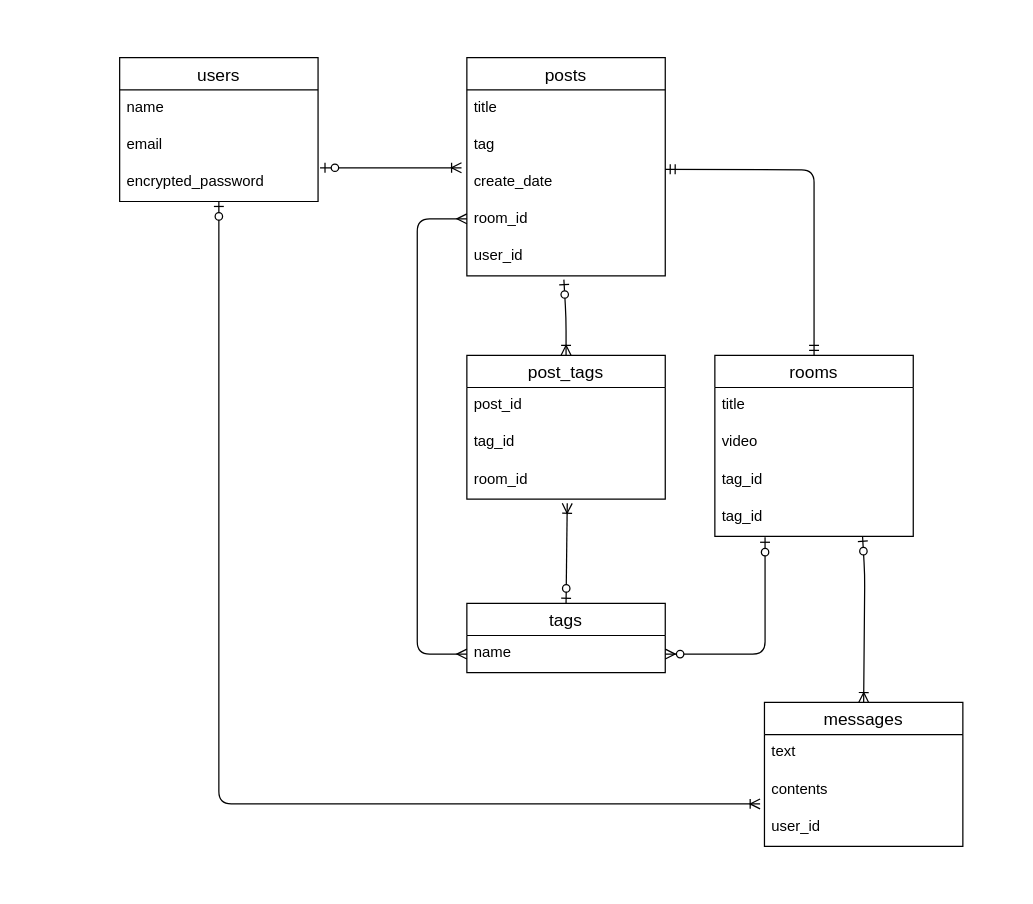
This is db.dio from hagihara-eisuke02/CommuT-35544, a draw.io file, before an edit. Source tidied: cells renumbered, new cells numbered last; positions are measured from the earlier drawing's top-left corner, leaving out a move shared by most shapes. Both pictures are drawn from the tidied source at 124%, with x=0, y=0 at pixel (119, 57).
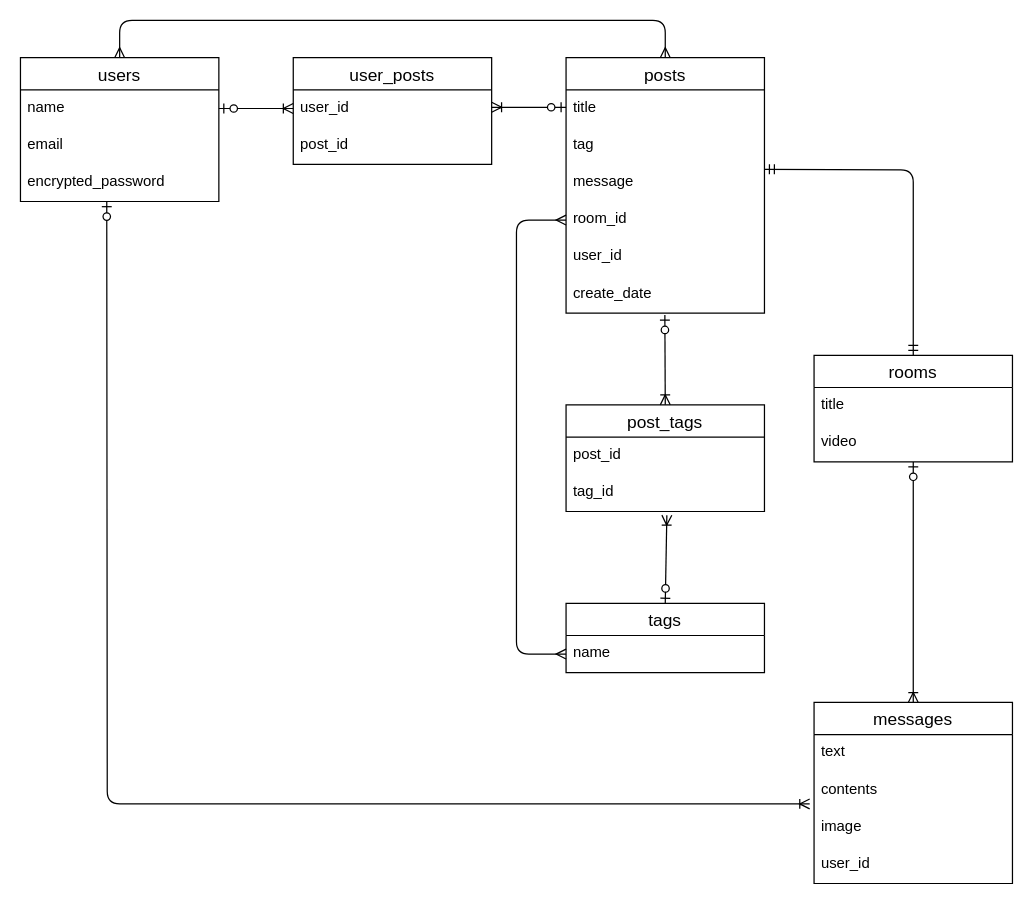
The same diagram, later.

The change refers to these unchanged cells:
```xml
<mxCell id="3" value="name" style="text;strokeColor=none;fillColor=none;spacingLeft=4;spacingRight=4;overflow=hidden;points=[[0,0.5],[1,0.5]];portConstraint=eastwest;fontSize=12;" parent="2" vertex="1">
  <mxGeometry y="26" width="160" height="30" as="geometry" />
</mxCell>
<mxCell id="13" value="room_id" style="text;strokeColor=none;fillColor=none;spacingLeft=4;spacingRight=4;overflow=hidden;points=[[0,0.5],[1,0.5]];portConstraint=eastwest;fontSize=12;" parent="9" vertex="1">
  <mxGeometry y="116" width="160" height="30" as="geometry" />
</mxCell>
<mxCell id="14" value="user_id" style="text;strokeColor=none;fillColor=none;spacingLeft=4;spacingRight=4;overflow=hidden;points=[[0,0.5],[1,0.5]];portConstraint=eastwest;fontSize=12;" parent="9" vertex="1">
  <mxGeometry y="146" width="160" height="30" as="geometry" />
</mxCell>
<mxCell id="17" value="name" style="text;strokeColor=none;fillColor=none;spacingLeft=4;spacingRight=4;overflow=hidden;points=[[0,0.5],[1,0.5]];portConstraint=eastwest;fontSize=12;" parent="16" vertex="1">
  <mxGeometry y="26" width="160" height="30" as="geometry" />
</mxCell>
<mxCell id="19" value="encrypted_password&#10;" style="text;strokeColor=none;fillColor=none;spacingLeft=4;spacingRight=4;overflow=hidden;points=[[0,0.5],[1,0.5]];portConstraint=eastwest;fontSize=12;" parent="16" vertex="1">
  <mxGeometry y="86" width="160" height="30" as="geometry" />
</mxCell>
<mxCell id="23" value="tag_id" style="text;strokeColor=none;fillColor=none;spacingLeft=4;spacingRight=4;overflow=hidden;points=[[0,0.5],[1,0.5]];portConstraint=eastwest;fontSize=12;" parent="21" vertex="1">
  <mxGeometry y="56" width="160" height="30" as="geometry" />
</mxCell>
<mxCell id="32" value="contents" style="text;strokeColor=none;fillColor=none;spacingLeft=4;spacingRight=4;overflow=hidden;points=[[0,0.5],[1,0.5]];portConstraint=eastwest;fontSize=12;" parent="30" vertex="1">
  <mxGeometry y="56" width="160" height="30" as="geometry" />
</mxCell>
```

The edit, as a diff of the source:
```diff
@@
     <mxCell id="2" value="tags" style="swimlane;fontStyle=0;horizontal=1;startSize=26;align=center;fontSize=14;" parent="1" vertex="1">
-      <mxGeometry x="280" y="440" width="160" height="56" as="geometry" />
+      <mxGeometry x="360" y="440" width="160" height="56" as="geometry" />
     </mxCell>
@@
     <mxCell id="4" value="rooms" style="swimlane;fontStyle=0;horizontal=1;startSize=26;align=center;fontSize=14;" parent="1" vertex="1">
-      <mxGeometry x="480" y="240" width="160" height="146" as="geometry" />
+      <mxGeometry x="560" y="240" width="160" height="86" as="geometry" />
     </mxCell>
@@
-    <mxCell id="7" value="tag_id" style="text;strokeColor=none;fillColor=none;spacingLeft=4;spacingRight=4;overflow=hidden;fontSize=12;" parent="4" vertex="1">
-      <mxGeometry y="86" width="160" height="30" as="geometry" />
-    </mxCell>
-    <mxCell id="8" value="tag_id" style="text;strokeColor=none;fillColor=none;spacingLeft=4;spacingRight=4;overflow=hidden;points=[[0,0.5],[1,0.5]];portConstraint=eastwest;fontSize=12;" parent="4" vertex="1">
-      <mxGeometry y="116" width="160" height="30" as="geometry" />
-    </mxCell>
     <mxCell id="9" value="posts" style="swimlane;fontStyle=0;horizontal=1;startSize=26;align=center;fontSize=14;" parent="1" vertex="1">
-      <mxGeometry x="280" width="160" height="176" as="geometry" />
+      <mxGeometry x="360" width="160" height="206" as="geometry" />
     </mxCell>
@@
-    <mxCell id="12" value="create_date" style="text;strokeColor=none;fillColor=none;spacingLeft=4;spacingRight=4;overflow=hidden;points=[[0,0.5],[1,0.5]];portConstraint=eastwest;fontSize=12;" parent="9" vertex="1">
+    <mxCell id="12" value="message" style="text;strokeColor=none;fillColor=none;spacingLeft=4;spacingRight=4;overflow=hidden;points=[[0,0.5],[1,0.5]];portConstraint=eastwest;fontSize=12;" parent="9" vertex="1">
       <mxGeometry y="86" width="160" height="30" as="geometry" />
     </mxCell>
@@
+    <mxCell id="36" value="create_date" style="text;strokeColor=none;fillColor=none;spacingLeft=4;spacingRight=4;overflow=hidden;points=[[0,0.5],[1,0.5]];portConstraint=eastwest;fontSize=12;" parent="9" vertex="1">
+      <mxGeometry y="176" width="160" height="30" as="geometry" />
+    </mxCell>
     <mxCell id="16" value="users" style="swimlane;fontStyle=0;horizontal=1;startSize=26;align=center;fontSize=14;" parent="1" vertex="1">
-      <mxGeometry width="160" height="116" as="geometry" />
+      <mxGeometry x="-80" width="160" height="116" as="geometry" />
     </mxCell>
@@
-    <mxCell id="20" style="edgeStyle=entityRelationEdgeStyle;fontSize=12;html=1;endArrow=ERoneToMany;startArrow=ERzeroToOne;exitX=1.01;exitY=0.093;exitDx=0;exitDy=0;exitPerimeter=0;entryX=-0.027;entryY=0.093;entryDx=0;entryDy=0;entryPerimeter=0;" parent="1" edge="1" source="19" target="12">
+    <mxCell id="20" style="edgeStyle=entityRelationEdgeStyle;fontSize=12;html=1;endArrow=ERoneToMany;startArrow=ERzeroToOne;entryX=0;entryY=0.5;entryDx=0;entryDy=0;exitX=1;exitY=0.5;exitDx=0;exitDy=0;" parent="1" edge="1" source="17" target="39">
       <mxGeometry relative="1" as="geometry" />
     </mxCell>
     <mxCell id="21" value="post_tags" style="swimlane;fontStyle=0;horizontal=1;startSize=26;align=center;fontSize=14;" parent="1" vertex="1">
-      <mxGeometry x="280" y="240" width="160" height="116" as="geometry" />
+      <mxGeometry x="360" y="280" width="160" height="86" as="geometry" />
     </mxCell>
@@
-    <mxCell id="24" value="room_id" style="text;strokeColor=none;fillColor=none;spacingLeft=4;spacingRight=4;overflow=hidden;points=[[0,0.5],[1,0.5]];portConstraint=eastwest;fontSize=12;" parent="21" vertex="1">
-      <mxGeometry y="86" width="160" height="30" as="geometry" />
-    </mxCell>
-    <mxCell id="25" style="fontSize=12;html=1;endArrow=ERoneToMany;startArrow=ERzeroToOne;exitX=0.489;exitY=1.1;exitDx=0;exitDy=0;exitPerimeter=0;entryX=0.5;entryY=0;entryDx=0;entryDy=0;" parent="1" edge="1" source="14" target="21">
-      <mxGeometry relative="1" as="geometry">
-        <Array as="points">
-          <mxPoint x="360" y="210" />
-        </Array>
-      </mxGeometry>
+    <mxCell id="25" style="fontSize=12;html=1;endArrow=ERoneToMany;startArrow=ERzeroToOne;entryX=0.5;entryY=0;entryDx=0;entryDy=0;exitX=0.498;exitY=1.053;exitDx=0;exitDy=0;exitPerimeter=0;" parent="1" edge="1" source="36" target="21">
+      <mxGeometry relative="1" as="geometry" />
     </mxCell>
-    <mxCell id="26" style="fontSize=12;html=1;endArrow=ERoneToMany;startArrow=ERzeroToOne;exitX=0.5;exitY=0;exitDx=0;exitDy=0;entryX=0.506;entryY=1.113;entryDx=0;entryDy=0;entryPerimeter=0;" parent="1" edge="1" source="2" target="24">
+    <mxCell id="26" style="fontSize=12;html=1;endArrow=ERoneToMany;startArrow=ERzeroToOne;exitX=0.5;exitY=0;exitDx=0;exitDy=0;entryX=0.508;entryY=1.1;entryDx=0;entryDy=0;entryPerimeter=0;" parent="1" edge="1" source="2" target="23">
       <mxGeometry relative="1" as="geometry" />
     </mxCell>
-    <mxCell id="27" style="edgeStyle=elbowEdgeStyle;fontSize=12;html=1;endArrow=ERmany;startArrow=ERmany;exitX=0;exitY=0.5;exitDx=0;exitDy=0;" parent="1" edge="1" source="3">
+    <mxCell id="27" style="edgeStyle=elbowEdgeStyle;fontSize=12;html=1;endArrow=ERmany;startArrow=ERmany;exitX=0;exitY=0.5;exitDx=0;exitDy=0;entryX=0;entryY=0.5;entryDx=0;entryDy=0;" parent="1" edge="1" source="3" target="13">
       <mxGeometry relative="1" as="geometry">
-        <mxPoint x="280" y="130" as="targetPoint" />
         <Array as="points">
-          <mxPoint x="240" y="270" />
+          <mxPoint x="320" y="310" />
         </Array>
       </mxGeometry>
     </mxCell>
-    <mxCell id="28" style="edgeStyle=orthogonalEdgeStyle;fontSize=12;html=1;endArrow=ERzeroToMany;startArrow=ERzeroToOne;elbow=vertical;entryX=1;entryY=0.5;entryDx=0;entryDy=0;exitX=0.253;exitY=1.027;exitDx=0;exitDy=0;exitPerimeter=0;" parent="1" edge="1" source="8" target="3">
-      <mxGeometry relative="1" as="geometry">
-        <Array as="points">
-          <mxPoint x="521" y="481" />
-        </Array>
-      </mxGeometry>
-    </mxCell>
     <mxCell id="29" style="edgeStyle=orthogonalEdgeStyle;fontSize=12;html=1;endArrow=ERmandOne;startArrow=ERmandOne;entryX=0.5;entryY=0;entryDx=0;entryDy=0;" parent="1" edge="1" target="4">
       <mxGeometry relative="1" as="geometry">
-        <mxPoint x="440" y="90" as="sourcePoint" />
+        <mxPoint x="520" y="90" as="sourcePoint" />
       </mxGeometry>
     </mxCell>
     <mxCell id="30" value="messages" style="swimlane;fontStyle=0;horizontal=1;startSize=26;align=center;fontSize=14;" parent="1" vertex="1">
-      <mxGeometry x="520" y="520" width="160" height="116" as="geometry" />
+      <mxGeometry x="560" y="520" width="160" height="146" as="geometry" />
     </mxCell>
@@
-    <mxCell id="33" value="user_id" style="text;strokeColor=none;fillColor=none;spacingLeft=4;spacingRight=4;overflow=hidden;fontSize=12;" parent="30" vertex="1">
+    <mxCell id="33" value="image" style="text;strokeColor=none;fillColor=none;spacingLeft=4;spacingRight=4;overflow=hidden;fontSize=12;" parent="30" vertex="1">
       <mxGeometry y="86" width="160" height="30" as="geometry" />
     </mxCell>
+    <mxCell id="37" value="user_id" style="text;strokeColor=none;fillColor=none;spacingLeft=4;spacingRight=4;overflow=hidden;fontSize=12;" parent="30" vertex="1">
+      <mxGeometry y="116" width="160" height="30" as="geometry" />
+    </mxCell>
-    <mxCell id="34" style="fontSize=12;html=1;endArrow=ERoneToMany;startArrow=ERzeroToOne;exitX=0.489;exitY=1.1;exitDx=0;exitDy=0;exitPerimeter=0;entryX=0.5;entryY=0;entryDx=0;entryDy=0;" parent="1" edge="1" target="30">
+    <mxCell id="34" style="fontSize=12;html=1;endArrow=ERoneToMany;startArrow=ERzeroToOne;entryX=0.5;entryY=0;entryDx=0;entryDy=0;exitX=0.5;exitY=1;exitDx=0;exitDy=0;" parent="1" edge="1" source="4" target="30">
       <mxGeometry relative="1" as="geometry">
-        <mxPoint x="599.1" y="386" as="sourcePoint" />
         <Array as="points">
-          <mxPoint x="600.9" y="417" />
+          <mxPoint x="640" y="417" />
         </Array>
       </mxGeometry>
     </mxCell>
-    <mxCell id="35" style="fontSize=12;html=1;endArrow=ERoneToMany;startArrow=ERzeroToOne;edgeStyle=orthogonalEdgeStyle;entryX=-0.022;entryY=0.86;entryDx=0;entryDy=0;entryPerimeter=0;" parent="1" edge="1" target="32">
+    <mxCell id="35" style="fontSize=12;html=1;endArrow=ERoneToMany;startArrow=ERzeroToOne;edgeStyle=orthogonalEdgeStyle;entryX=-0.022;entryY=0.86;entryDx=0;entryDy=0;entryPerimeter=0;exitX=0.435;exitY=1.006;exitDx=0;exitDy=0;exitPerimeter=0;" parent="1" edge="1" source="19" target="32">
       <mxGeometry relative="1" as="geometry">
-        <mxPoint x="80" y="116" as="sourcePoint" />
         <Array as="points">
-          <mxPoint x="80" y="602" />
+          <mxPoint x="-10" y="130" />
+          <mxPoint x="-10" y="130" />
+          <mxPoint x="-10" y="602" />
         </Array>
       </mxGeometry>
     </mxCell>
+    <mxCell id="38" value="user_posts" style="swimlane;fontStyle=0;horizontal=1;startSize=26;align=center;fontSize=14;" parent="1" vertex="1">
+      <mxGeometry x="140" width="160" height="86" as="geometry" />
+    </mxCell>
+    <mxCell id="39" value="user_id" style="text;strokeColor=none;fillColor=none;spacingLeft=4;spacingRight=4;overflow=hidden;points=[[0,0.5],[1,0.5]];portConstraint=eastwest;fontSize=12;" parent="38" vertex="1">
+      <mxGeometry y="26" width="160" height="30" as="geometry" />
+    </mxCell>
+    <mxCell id="40" value="post_id" style="text;strokeColor=none;fillColor=none;spacingLeft=4;spacingRight=4;overflow=hidden;fontSize=12;" parent="38" vertex="1">
+      <mxGeometry y="56" width="160" height="30" as="geometry" />
+    </mxCell>
+    <mxCell id="41" style="edgeStyle=orthogonalEdgeStyle;fontSize=12;html=1;endArrow=ERoneToMany;startArrow=ERzeroToOne;" parent="1" edge="1">
+      <mxGeometry relative="1" as="geometry">
+        <mxPoint x="360" y="40" as="sourcePoint" />
+        <mxPoint x="300" y="40" as="targetPoint" />
+      </mxGeometry>
+    </mxCell>
+    <mxCell id="42" style="edgeStyle=orthogonalEdgeStyle;fontSize=12;html=1;endArrow=ERmany;startArrow=ERmany;entryX=0.5;entryY=0;entryDx=0;entryDy=0;exitX=0.5;exitY=0;exitDx=0;exitDy=0;" parent="1" edge="1" source="16" target="9">
+      <mxGeometry relative="1" as="geometry">
+        <Array as="points">
+          <mxPoint y="-30" />
+          <mxPoint x="440" y="-30" />
+        </Array>
+      </mxGeometry>
+    </mxCell>
```
